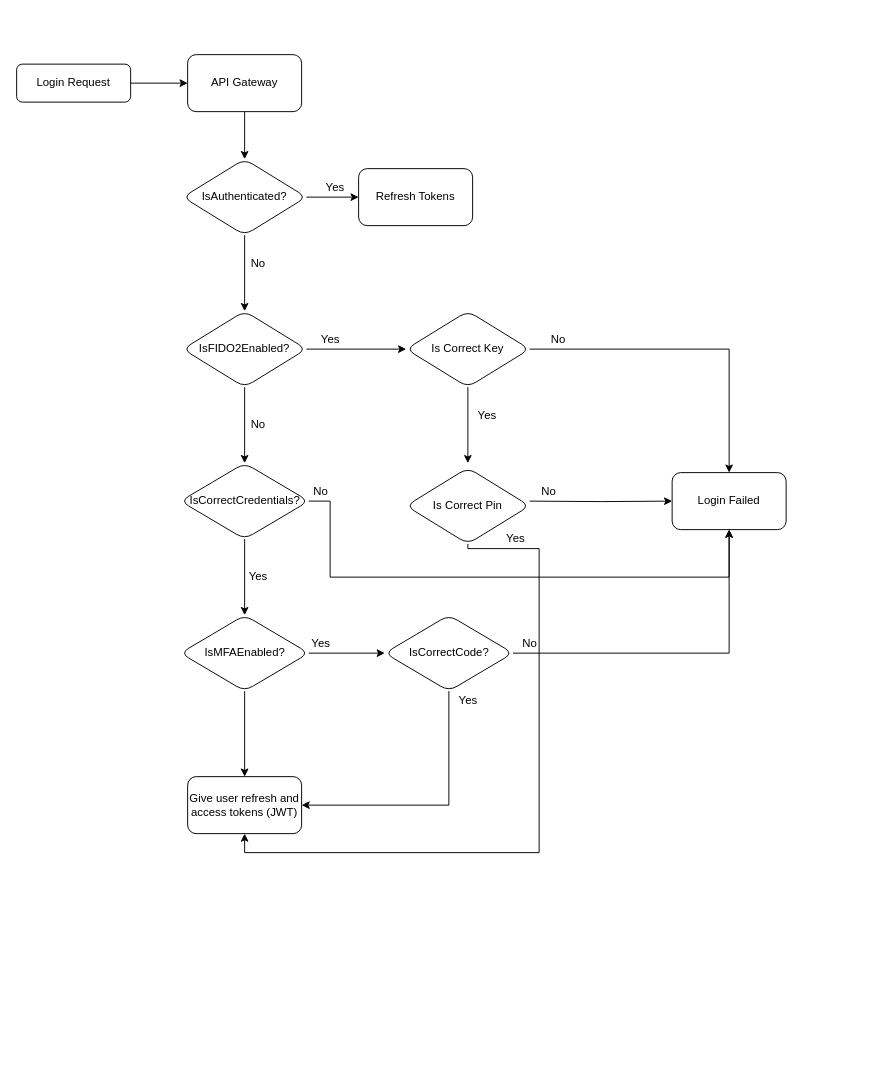
Before: login-flow.drawio in rittaschool/diagrams, a draw.io diagram. Source tidied: cells renumbered, new cells numbered last; positions are measured from the earlier drawing's top-left corner, leaving out a move shared by most shapes. Both pictures are drawn from the tidied source at 95%, with x=0, y=0 at pixel (16, 54).
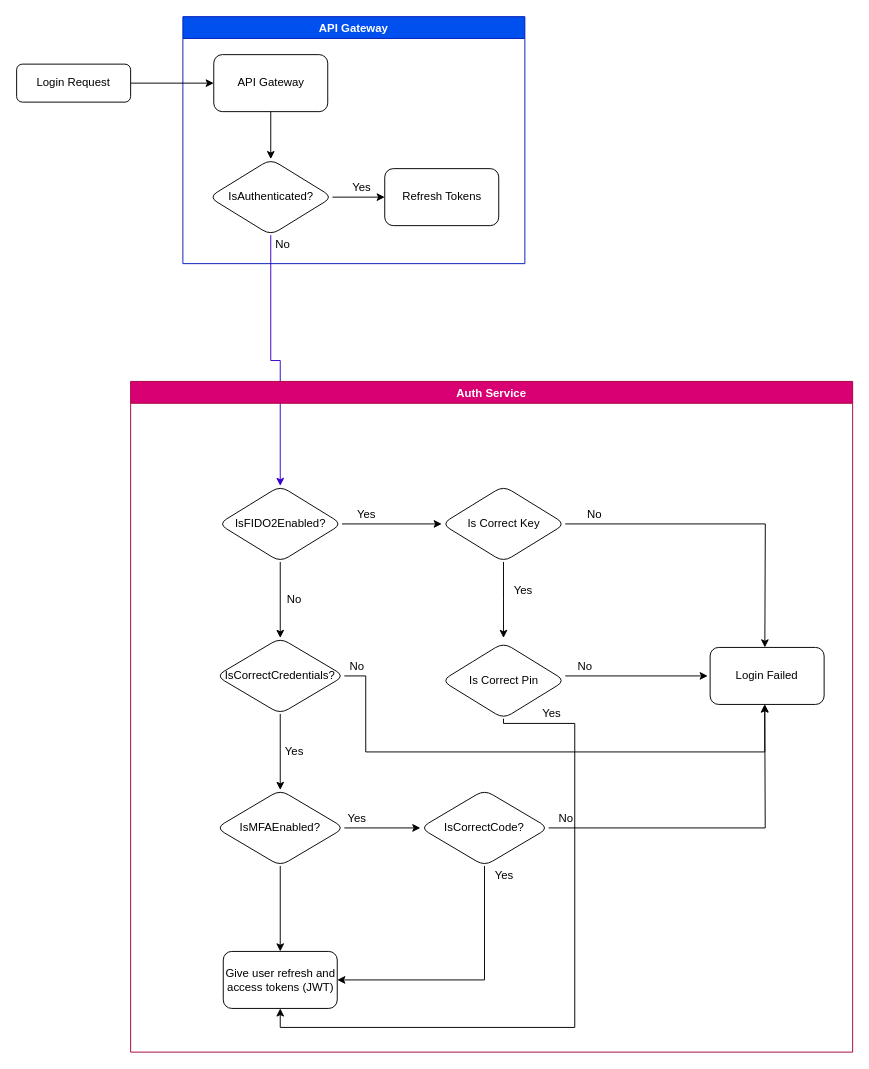
The same page after the edit.

The edit, as a diff of the source:
```diff
@@
+    <mxCell id="43" value="API Gateway" style="swimlane;fillColor=#0050ef;strokeColor=#001DBC;strokeWidth=1;perimeterSpacing=0;labelBackgroundColor=none;shadow=0;rounded=0;startSize=23;fontColor=#ffffff;" parent="1" vertex="1">
+      <mxGeometry x="175" y="-40" width="360" height="260" as="geometry" />
+    </mxCell>
+    <mxCell id="5" value="API Gateway" style="rounded=1;whiteSpace=wrap;html=1;" parent="43" vertex="1">
+      <mxGeometry x="32.5" y="40" width="120" height="60" as="geometry" />
+    </mxCell>
+    <mxCell id="8" value="IsAuthenticated?" style="rhombus;whiteSpace=wrap;html=1;rounded=1;" parent="43" vertex="1">
+      <mxGeometry x="27.5" y="150" width="130" height="80" as="geometry" />
+    </mxCell>
+    <mxCell id="4" style="edgeStyle=orthogonalEdgeStyle;rounded=0;jettySize=auto;html=1;" parent="43" edge="1" source="5" target="8">
+      <mxGeometry relative="1" as="geometry" />
+    </mxCell>
+    <mxCell id="10" value="Yes" style="text;html=1;align=center;verticalAlign=middle;strokeColor=none;fillColor=none;" parent="43" vertex="1">
+      <mxGeometry x="172.5" y="170" width="30" height="20" as="geometry" />
+    </mxCell>
+    <mxCell id="9" value="Refresh Tokens" style="whiteSpace=wrap;html=1;rounded=1;" parent="43" vertex="1">
+      <mxGeometry x="212.5" y="160" width="120" height="60" as="geometry" />
+    </mxCell>
+    <mxCell id="6" style="edgeStyle=orthogonalEdgeStyle;rounded=0;jettySize=auto;html=1;" parent="43" edge="1" source="8" target="9">
+      <mxGeometry relative="1" as="geometry" />
+    </mxCell>
+    <mxCell id="14" value="No" style="text;html=1;align=center;verticalAlign=middle;strokeColor=none;fillColor=none;" parent="43" vertex="1">
+      <mxGeometry x="90" y="230" width="30" height="20" as="geometry" />
+    </mxCell>
@@
-    <mxCell id="4" style="edgeStyle=orthogonalEdgeStyle;rounded=0;jettySize=auto;html=1;" parent="1" edge="1" source="5" target="8">
-      <mxGeometry relative="1" as="geometry" />
-    </mxCell>
-    <mxCell id="5" value="API Gateway" style="rounded=1;whiteSpace=wrap;html=1;" parent="1" vertex="1">
-      <mxGeometry x="180" width="120" height="60" as="geometry" />
-    </mxCell>
-    <mxCell id="6" style="edgeStyle=orthogonalEdgeStyle;rounded=0;jettySize=auto;html=1;" parent="1" edge="1" source="8" target="9">
-      <mxGeometry relative="1" as="geometry" />
-    </mxCell>
-    <mxCell id="7" style="edgeStyle=orthogonalEdgeStyle;rounded=0;jettySize=auto;html=1;" parent="1" edge="1" source="8" target="13">
+    <mxCell id="7" style="edgeStyle=orthogonalEdgeStyle;rounded=0;jettySize=auto;html=1;fillColor=#6a00ff;strokeColor=#3700CC;" parent="1" edge="1" source="8" target="13">
       <mxGeometry relative="1" as="geometry" />
     </mxCell>
-    <mxCell id="8" value="IsAuthenticated?" style="rhombus;whiteSpace=wrap;html=1;rounded=1;" parent="1" vertex="1">
-      <mxGeometry x="175" y="110" width="130" height="80" as="geometry" />
-    </mxCell>
-    <mxCell id="9" value="Refresh Tokens" style="whiteSpace=wrap;html=1;rounded=1;" parent="1" vertex="1">
-      <mxGeometry x="360" y="120" width="120" height="60" as="geometry" />
-    </mxCell>
-    <mxCell id="10" value="Yes" style="text;html=1;align=center;verticalAlign=middle;strokeColor=none;fillColor=none;" parent="1" vertex="1">
-      <mxGeometry x="320" y="130" width="30" height="20" as="geometry" />
-    </mxCell>
-    <mxCell id="11" style="edgeStyle=orthogonalEdgeStyle;rounded=0;jettySize=auto;html=1;exitX=1;exitY=0.5;exitDx=0;exitDy=0;entryX=0;entryY=0.5;entryDx=0;entryDy=0;" parent="1" edge="1" source="13" target="18">
-      <mxGeometry relative="1" as="geometry" />
-    </mxCell>
-    <mxCell id="12" style="edgeStyle=orthogonalEdgeStyle;rounded=0;jettySize=auto;html=1;" parent="1" edge="1" source="13" target="28">
-      <mxGeometry relative="1" as="geometry" />
-    </mxCell>
+    <mxCell id="44" value="Auth Service" style="swimlane;rounded=0;shadow=0;labelBackgroundColor=none;strokeWidth=1;fillColor=#d80073;fontColor=#ffffff;strokeColor=#A50040;" parent="1" vertex="1">
+      <mxGeometry x="120" y="344" width="760" height="706" as="geometry" />
+    </mxCell>
-    <mxCell id="13" value="IsFIDO2Enabled?" style="rhombus;whiteSpace=wrap;html=1;rounded=1;" parent="1" vertex="1">
-      <mxGeometry x="175" y="270" width="130" height="80" as="geometry" />
+    <mxCell id="13" value="IsFIDO2Enabled?" style="rhombus;whiteSpace=wrap;html=1;rounded=1;" parent="44" vertex="1">
+      <mxGeometry x="92.5" y="110" width="130" height="80" as="geometry" />
     </mxCell>
-    <mxCell id="14" value="No" style="text;html=1;align=center;verticalAlign=middle;strokeColor=none;fillColor=none;" parent="1" vertex="1">
-      <mxGeometry x="239" y="210" width="30" height="20" as="geometry" />
-    </mxCell>
-    <mxCell id="15" value="Yes" style="text;html=1;align=center;verticalAlign=middle;strokeColor=none;fillColor=none;" parent="1" vertex="1">
-      <mxGeometry x="315" y="290" width="30" height="20" as="geometry" />
+    <mxCell id="15" value="Yes" style="text;html=1;align=center;verticalAlign=middle;strokeColor=none;fillColor=none;" parent="44" vertex="1">
+      <mxGeometry x="232.5" y="130" width="30" height="20" as="geometry" />
     </mxCell>
-    <mxCell id="16" style="edgeStyle=orthogonalEdgeStyle;rounded=0;jettySize=auto;html=1;" parent="1" edge="1" source="18" target="19">
-      <mxGeometry relative="1" as="geometry" />
+    <mxCell id="16" style="edgeStyle=orthogonalEdgeStyle;rounded=0;jettySize=auto;html=1;" parent="44" edge="1" source="18">
+      <mxGeometry relative="1" as="geometry">
+        <mxPoint x="667.6" y="280" as="targetPoint" />
+      </mxGeometry>
     </mxCell>
-    <mxCell id="17" style="edgeStyle=orthogonalEdgeStyle;rounded=0;jettySize=auto;html=1;" parent="1" edge="1" source="18">
+    <mxCell id="17" style="edgeStyle=orthogonalEdgeStyle;rounded=0;jettySize=auto;html=1;" parent="44" edge="1" source="18">
       <mxGeometry relative="1" as="geometry">
-        <mxPoint x="475" y="430" as="targetPoint" />
+        <mxPoint x="392.5" y="270" as="targetPoint" />
       </mxGeometry>
     </mxCell>
-    <mxCell id="18" value="Is Correct Key" style="rhombus;whiteSpace=wrap;html=1;rounded=1;" parent="1" vertex="1">
-      <mxGeometry x="410" y="270" width="130" height="80" as="geometry" />
+    <mxCell id="18" value="Is Correct Key" style="rhombus;whiteSpace=wrap;html=1;rounded=1;" parent="44" vertex="1">
+      <mxGeometry x="327.5" y="110" width="130" height="80" as="geometry" />
     </mxCell>
-    <mxCell id="19" value="Login Failed" style="whiteSpace=wrap;html=1;rounded=1;" parent="1" vertex="1">
-      <mxGeometry x="690" y="440" width="120" height="60" as="geometry" />
-    </mxCell>
+    <mxCell id="11" style="edgeStyle=orthogonalEdgeStyle;rounded=0;jettySize=auto;html=1;exitX=1;exitY=0.5;exitDx=0;exitDy=0;entryX=0;entryY=0.5;entryDx=0;entryDy=0;" parent="44" edge="1" source="13" target="18">
+      <mxGeometry relative="1" as="geometry" />
+    </mxCell>
-    <mxCell id="20" value="No" style="text;html=1;align=center;verticalAlign=middle;strokeColor=none;fillColor=none;" parent="1" vertex="1">
-      <mxGeometry x="555" y="290" width="30" height="20" as="geometry" />
+    <mxCell id="20" value="No" style="text;html=1;align=center;verticalAlign=middle;strokeColor=none;fillColor=none;" parent="44" vertex="1">
+      <mxGeometry x="472.5" y="130" width="30" height="20" as="geometry" />
     </mxCell>
-    <mxCell id="21" style="edgeStyle=orthogonalEdgeStyle;rounded=0;jettySize=auto;html=1;exitX=1;exitY=0.5;exitDx=0;exitDy=0;" parent="1" edge="1" target="19">
+    <mxCell id="21" style="edgeStyle=orthogonalEdgeStyle;rounded=0;orthogonalLoop=1;jettySize=auto;html=1;exitX=1;exitY=0.5;exitDx=0;exitDy=0;" parent="44" edge="1">
       <mxGeometry relative="1" as="geometry">
-        <mxPoint x="540" y="470" as="sourcePoint" />
+        <mxPoint x="457.5" y="310" as="sourcePoint" />
+        <mxPoint x="607.5" y="310" as="targetPoint" />
       </mxGeometry>
     </mxCell>
-    <mxCell id="22" style="edgeStyle=orthogonalEdgeStyle;rounded=0;jettySize=auto;html=1;exitX=0.5;exitY=1;exitDx=0;exitDy=0;entryX=0.5;entryY=1;entryDx=0;entryDy=0;" parent="1" edge="1" source="23" target="40">
-      <mxGeometry relative="1" as="geometry">
-        <Array as="points">
-          <mxPoint x="475" y="520" />
-          <mxPoint x="550" y="520" />
-          <mxPoint x="550" y="840" />
-          <mxPoint x="240" y="840" />
-        </Array>
-      </mxGeometry>
-    </mxCell>
-    <mxCell id="23" value="Is Correct Pin" style="rhombus;whiteSpace=wrap;html=1;rounded=1;" parent="1" vertex="1">
-      <mxGeometry x="410" y="435" width="130" height="80" as="geometry" />
+    <mxCell id="23" value="Is Correct Pin" style="rhombus;whiteSpace=wrap;html=1;rounded=1;" parent="44" vertex="1">
+      <mxGeometry x="327.5" y="275" width="130" height="80" as="geometry" />
     </mxCell>
-    <mxCell id="24" value="Yes" style="text;html=1;align=center;verticalAlign=middle;strokeColor=none;fillColor=none;" parent="1" vertex="1">
-      <mxGeometry x="480" y="370" width="30" height="20" as="geometry" />
+    <mxCell id="24" value="Yes" style="text;html=1;align=center;verticalAlign=middle;strokeColor=none;fillColor=none;" parent="44" vertex="1">
+      <mxGeometry x="397.5" y="210" width="30" height="20" as="geometry" />
     </mxCell>
-    <mxCell id="25" value="No" style="text;html=1;align=center;verticalAlign=middle;strokeColor=none;fillColor=none;" parent="1" vertex="1">
-      <mxGeometry x="545" y="450" width="30" height="20" as="geometry" />
+    <mxCell id="25" value="No" style="text;html=1;align=center;verticalAlign=middle;strokeColor=none;fillColor=none;" parent="44" vertex="1">
+      <mxGeometry x="462.5" y="290" width="30" height="20" as="geometry" />
     </mxCell>
-    <mxCell id="26" style="edgeStyle=orthogonalEdgeStyle;rounded=0;jettySize=auto;html=1;exitX=1;exitY=0.5;exitDx=0;exitDy=0;entryX=0.5;entryY=1;entryDx=0;entryDy=0;" parent="1" edge="1" source="28" target="19">
+    <mxCell id="26" style="edgeStyle=orthogonalEdgeStyle;rounded=0;jettySize=auto;html=1;exitX=1;exitY=0.5;exitDx=0;exitDy=0;entryX=0.5;entryY=1;entryDx=0;entryDy=0;" parent="44" edge="1" source="28">
       <mxGeometry relative="1" as="geometry">
+        <mxPoint x="667.5" y="340" as="targetPoint" />
         <Array as="points">
-          <mxPoint x="330" y="470" />
-          <mxPoint x="330" y="550" />
-          <mxPoint x="750" y="550" />
+          <mxPoint x="247.5" y="310" />
+          <mxPoint x="247.5" y="390" />
+          <mxPoint x="667.5" y="390" />
         </Array>
       </mxGeometry>
     </mxCell>
-    <mxCell id="27" style="edgeStyle=orthogonalEdgeStyle;rounded=0;jettySize=auto;html=1;" parent="1" edge="1" source="28" target="33">
-      <mxGeometry relative="1" as="geometry" />
-    </mxCell>
-    <mxCell id="28" value="IsCorrectCredentials?" style="rhombus;whiteSpace=wrap;html=1;rounded=1;" parent="1" vertex="1">
-      <mxGeometry x="172.5" y="430" width="135" height="80" as="geometry" />
+    <mxCell id="28" value="IsCorrectCredentials?" style="rhombus;whiteSpace=wrap;html=1;rounded=1;" parent="44" vertex="1">
+      <mxGeometry x="90" y="270" width="135" height="80" as="geometry" />
     </mxCell>
+    <mxCell id="12" style="edgeStyle=orthogonalEdgeStyle;rounded=0;jettySize=auto;html=1;" parent="44" edge="1" source="13" target="28">
+      <mxGeometry relative="1" as="geometry" />
+    </mxCell>
-    <mxCell id="29" value="No" style="text;html=1;align=center;verticalAlign=middle;strokeColor=none;fillColor=none;" parent="1" vertex="1">
-      <mxGeometry x="239" y="380" width="30" height="20" as="geometry" />
+    <mxCell id="29" value="No" style="text;html=1;align=center;verticalAlign=middle;strokeColor=none;fillColor=none;" parent="44" vertex="1">
+      <mxGeometry x="156.5" y="220" width="30" height="20" as="geometry" />
     </mxCell>
-    <mxCell id="30" value="No" style="text;html=1;align=center;verticalAlign=middle;strokeColor=none;fillColor=none;" parent="1" vertex="1">
-      <mxGeometry x="305" y="450" width="30" height="20" as="geometry" />
+    <mxCell id="30" value="No" style="text;html=1;align=center;verticalAlign=middle;strokeColor=none;fillColor=none;" parent="44" vertex="1">
+      <mxGeometry x="222.5" y="290" width="30" height="20" as="geometry" />
     </mxCell>
-    <mxCell id="31" style="edgeStyle=orthogonalEdgeStyle;rounded=0;jettySize=auto;html=1;" parent="1" edge="1" source="33" target="37">
-      <mxGeometry relative="1" as="geometry" />
-    </mxCell>
-    <mxCell id="32" style="edgeStyle=orthogonalEdgeStyle;rounded=0;jettySize=auto;html=1;" parent="1" edge="1" source="33" target="40">
-      <mxGeometry relative="1" as="geometry" />
-    </mxCell>
-    <mxCell id="33" value="IsMFAEnabled?" style="rhombus;whiteSpace=wrap;html=1;rounded=1;" parent="1" vertex="1">
-      <mxGeometry x="172.5" y="590" width="135" height="80" as="geometry" />
+    <mxCell id="33" value="IsMFAEnabled?" style="rhombus;whiteSpace=wrap;html=1;rounded=1;" parent="44" vertex="1">
+      <mxGeometry x="90" y="430" width="135" height="80" as="geometry" />
     </mxCell>
+    <mxCell id="27" style="edgeStyle=orthogonalEdgeStyle;rounded=0;jettySize=auto;html=1;" parent="44" edge="1" source="28" target="33">
+      <mxGeometry relative="1" as="geometry" />
+    </mxCell>
-    <mxCell id="34" value="Yes" style="text;html=1;align=center;verticalAlign=middle;strokeColor=none;fillColor=none;" parent="1" vertex="1">
-      <mxGeometry x="239" y="540" width="30" height="20" as="geometry" />
+    <mxCell id="34" value="Yes" style="text;html=1;align=center;verticalAlign=middle;strokeColor=none;fillColor=none;" parent="44" vertex="1">
+      <mxGeometry x="156.5" y="380" width="30" height="20" as="geometry" />
     </mxCell>
-    <mxCell id="35" style="edgeStyle=orthogonalEdgeStyle;rounded=0;jettySize=auto;html=1;exitX=1;exitY=0.5;exitDx=0;exitDy=0;entryX=0.5;entryY=1;entryDx=0;entryDy=0;" parent="1" edge="1" source="37" target="19">
-      <mxGeometry relative="1" as="geometry" />
+    <mxCell id="35" style="edgeStyle=orthogonalEdgeStyle;rounded=0;jettySize=auto;html=1;exitX=1;exitY=0.5;exitDx=0;exitDy=0;entryX=0.5;entryY=1;entryDx=0;entryDy=0;" parent="44" edge="1" source="37">
+      <mxGeometry relative="1" as="geometry">
+        <mxPoint x="667.5" y="340" as="targetPoint" />
+      </mxGeometry>
     </mxCell>
-    <mxCell id="36" style="edgeStyle=orthogonalEdgeStyle;rounded=0;jettySize=auto;html=1;entryX=1;entryY=0.5;entryDx=0;entryDy=0;" parent="1" edge="1" source="37" target="40">
-      <mxGeometry relative="1" as="geometry">
-        <Array as="points">
-          <mxPoint x="455" y="790" />
-        </Array>
-      </mxGeometry>
-    </mxCell>
-    <mxCell id="37" value="IsCorrectCode?" style="rhombus;whiteSpace=wrap;html=1;rounded=1;" parent="1" vertex="1">
-      <mxGeometry x="387.5" y="590" width="135" height="80" as="geometry" />
+    <mxCell id="37" value="IsCorrectCode?" style="rhombus;whiteSpace=wrap;html=1;rounded=1;" parent="44" vertex="1">
+      <mxGeometry x="305" y="430" width="135" height="80" as="geometry" />
     </mxCell>
+    <mxCell id="31" style="edgeStyle=orthogonalEdgeStyle;rounded=0;jettySize=auto;html=1;" parent="44" edge="1" source="33" target="37">
+      <mxGeometry relative="1" as="geometry" />
+    </mxCell>
-    <mxCell id="38" value="Yes" style="text;html=1;align=center;verticalAlign=middle;strokeColor=none;fillColor=none;" parent="1" vertex="1">
-      <mxGeometry x="305" y="610" width="30" height="20" as="geometry" />
+    <mxCell id="38" value="Yes" style="text;html=1;align=center;verticalAlign=middle;strokeColor=none;fillColor=none;" parent="44" vertex="1">
+      <mxGeometry x="222.5" y="450" width="30" height="20" as="geometry" />
     </mxCell>
-    <mxCell id="39" value="No" style="text;html=1;align=center;verticalAlign=middle;strokeColor=none;fillColor=none;" parent="1" vertex="1">
-      <mxGeometry x="525" y="610" width="30" height="20" as="geometry" />
+    <mxCell id="39" value="No" style="text;html=1;align=center;verticalAlign=middle;strokeColor=none;fillColor=none;" parent="44" vertex="1">
+      <mxGeometry x="442.5" y="450" width="30" height="20" as="geometry" />
     </mxCell>
-    <mxCell id="40" value="Give user refresh and access tokens (JWT)" style="whiteSpace=wrap;html=1;rounded=1;" parent="1" vertex="1">
-      <mxGeometry x="180" y="760" width="120" height="60" as="geometry" />
+    <mxCell id="40" value="Give user refresh and access tokens (JWT)" style="whiteSpace=wrap;html=1;rounded=1;" parent="44" vertex="1">
+      <mxGeometry x="97.5" y="600" width="120" height="60" as="geometry" />
     </mxCell>
+    <mxCell id="22" style="edgeStyle=orthogonalEdgeStyle;rounded=0;jettySize=auto;html=1;exitX=0.5;exitY=1;exitDx=0;exitDy=0;entryX=0.5;entryY=1;entryDx=0;entryDy=0;" parent="44" edge="1" source="23" target="40">
+      <mxGeometry relative="1" as="geometry">
+        <Array as="points">
+          <mxPoint x="392.5" y="360" />
+          <mxPoint x="467.5" y="360" />
+          <mxPoint x="467.5" y="680" />
+          <mxPoint x="157.5" y="680" />
+        </Array>
+      </mxGeometry>
+    </mxCell>
+    <mxCell id="32" style="edgeStyle=orthogonalEdgeStyle;rounded=0;jettySize=auto;html=1;" parent="44" edge="1" source="33" target="40">
+      <mxGeometry relative="1" as="geometry" />
+    </mxCell>
+    <mxCell id="36" style="edgeStyle=orthogonalEdgeStyle;rounded=0;jettySize=auto;html=1;entryX=1;entryY=0.5;entryDx=0;entryDy=0;" parent="44" edge="1" source="37" target="40">
+      <mxGeometry relative="1" as="geometry">
+        <Array as="points">
+          <mxPoint x="372.5" y="630" />
+        </Array>
+      </mxGeometry>
+    </mxCell>
-    <mxCell id="41" value="Yes" style="text;html=1;align=center;verticalAlign=middle;strokeColor=none;fillColor=none;" parent="1" vertex="1">
-      <mxGeometry x="460" y="670" width="30" height="20" as="geometry" />
+    <mxCell id="41" value="Yes" style="text;html=1;align=center;verticalAlign=middle;strokeColor=none;fillColor=none;" parent="44" vertex="1">
+      <mxGeometry x="377.5" y="510" width="30" height="20" as="geometry" />
     </mxCell>
-    <mxCell id="42" value="Yes" style="text;html=1;align=center;verticalAlign=middle;strokeColor=none;fillColor=none;" parent="1" vertex="1">
-      <mxGeometry x="510" y="500" width="30" height="20" as="geometry" />
+    <mxCell id="42" value="Yes" style="text;html=1;align=center;verticalAlign=middle;strokeColor=none;fillColor=none;" parent="44" vertex="1">
+      <mxGeometry x="427.5" y="340" width="30" height="20" as="geometry" />
     </mxCell>
+    <mxCell id="19" value="Login Failed" style="whiteSpace=wrap;html=1;rounded=1;" parent="44" vertex="1">
+      <mxGeometry x="610" y="280" width="120" height="60" as="geometry" />
+    </mxCell>
```
